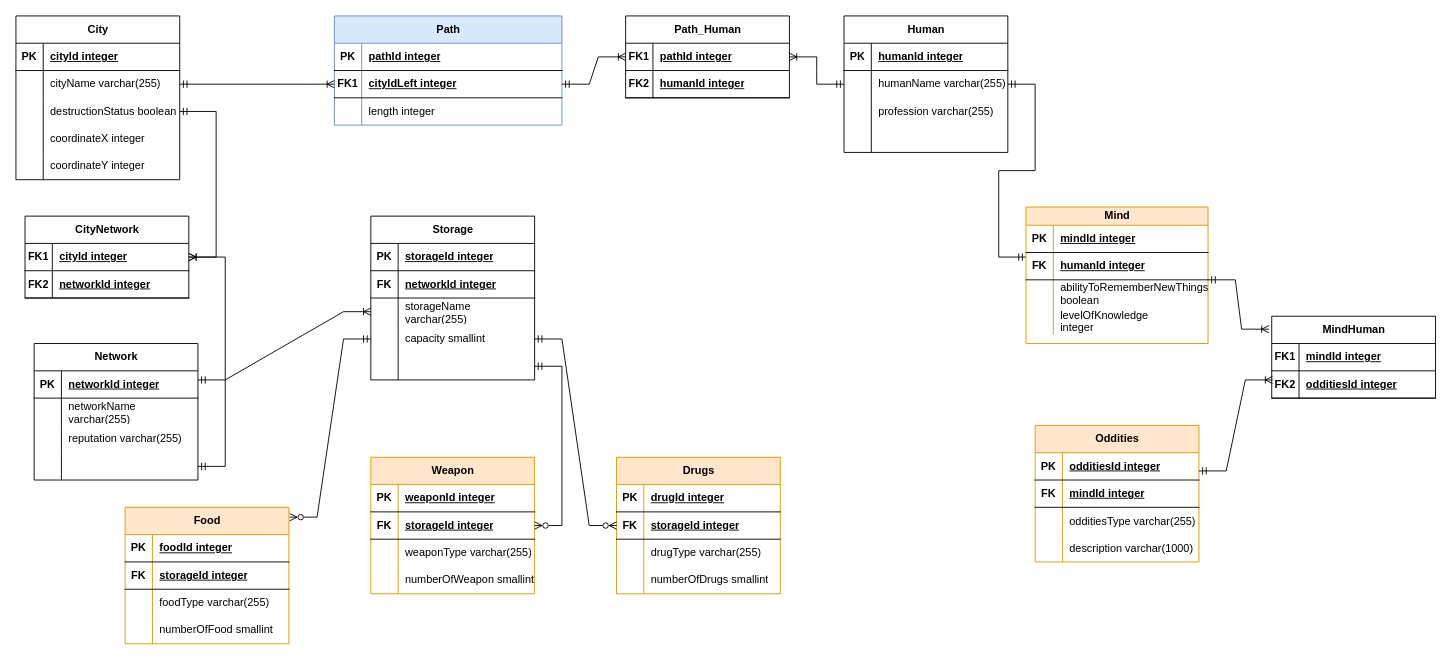
Ivanio1/itmo-3course keeps this draw.io diagram as Семестр 5/ИСБД/lab1/img/datalogical.drawio. Above is the earlier version. Source tidied: cells renumbered, new cells numbered last; positions are measured from the earlier drawing's top-left corner, leaving out a move shared by most shapes. Both pictures are drawn from the tidied source at 91%, with x=0, y=0 at pixel (15, 15).
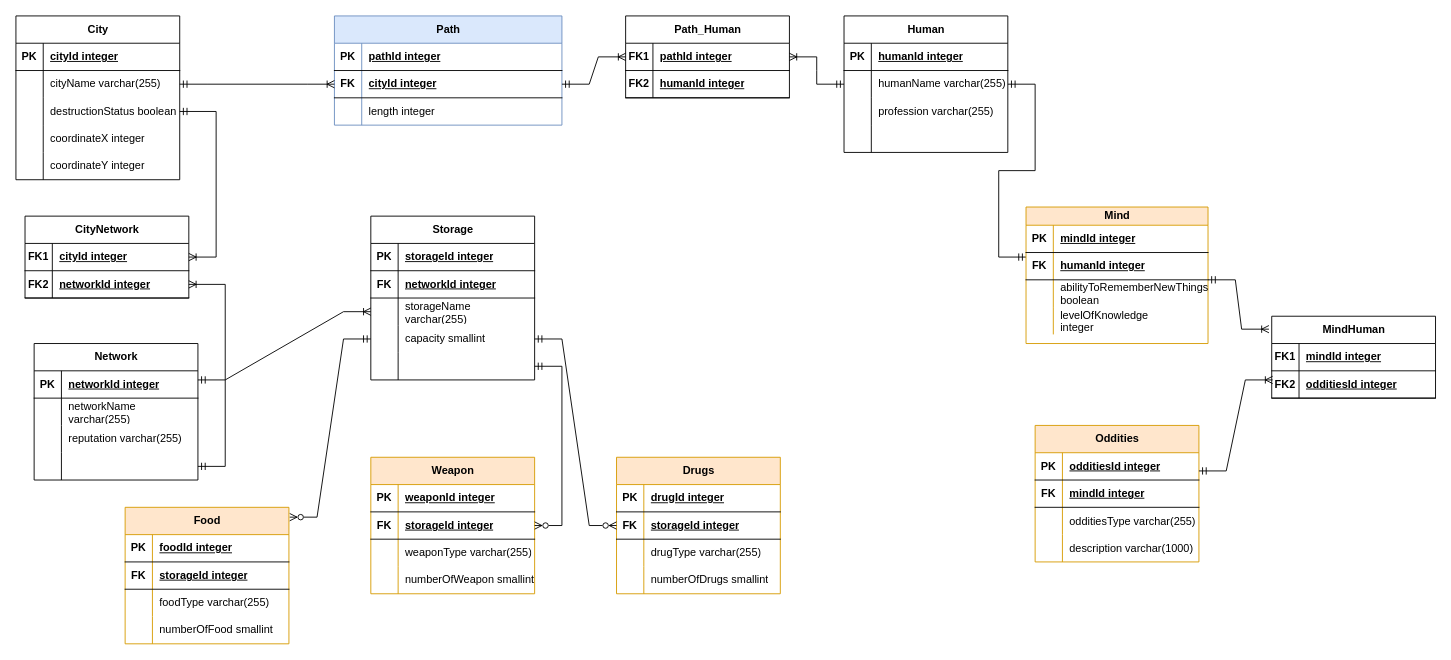
The same diagram, later.

The change refers to these unchanged cells:
```xml
<mxCell id="22" style="shape=tableRow;horizontal=0;startSize=0;swimlaneHead=0;swimlaneBody=0;fillColor=none;points=[[0,0.5],[1,0.5]];portConstraint=eastwest;top=0;left=0;right=0;bottom=0;" parent="15" vertex="1">
  <mxGeometry y="90" width="180" height="30" as="geometry" />
</mxCell>
<mxCell id="51" style="shape=tableRow;horizontal=0;startSize=0;swimlaneHead=0;swimlaneBody=0;fillColor=none;points=[[0,0.5],[1,0.5]];portConstraint=eastwest;top=0;left=0;right=0;bottom=1;" parent="47" vertex="1">
  <mxGeometry y="60" width="250" height="30" as="geometry" />
</mxCell>
<mxCell id="146" style="shape=tableRow;horizontal=0;startSize=0;swimlaneHead=0;swimlaneBody=0;fillColor=none;points=[[0,0.5],[1,0.5]];portConstraint=eastwest;top=0;left=0;right=0;bottom=0;" parent="136" vertex="1">
  <mxGeometry y="120" width="180" height="30" as="geometry" />
</mxCell>
<mxCell id="149" value="CityNetwork" style="shape=table;startSize=30;childLayout=tableLayout;rowLines=0;fontStyle=1;align=center;html=1;" parent="1" vertex="1">
  <mxGeometry x="10" y="220" width="180" height="90" as="geometry" />
</mxCell>
<mxCell id="150" style="shape=tableRow;horizontal=0;startSize=0;swimlaneHead=0;swimlaneBody=0;fillColor=none;points=[[0,0.5],[1,0.5]];portConstraint=eastwest;top=0;left=0;right=0;bottom=1;" parent="149" vertex="1">
  <mxGeometry y="30" width="180" height="30" as="geometry" />
</mxCell>
<mxCell id="153" style="shape=tableRow;horizontal=0;startSize=0;swimlaneHead=0;swimlaneBody=0;fillColor=none;points=[[0,0.5],[1,0.5]];portConstraint=eastwest;top=0;left=0;right=0;bottom=1;" parent="149" vertex="1">
  <mxGeometry y="60" width="180" height="30" as="geometry" />
</mxCell>
```

The edit, as a diff of the source:
```diff
@@
-    <mxCell id="52" value="FK1" style="shape=partialRectangle;fillColor=none;top=0;left=0;bottom=0;right=0;fontStyle=1;overflow=hidden;whiteSpace=wrap;html=1;" parent="51" vertex="1">
+    <mxCell id="52" value="FK" style="shape=partialRectangle;fillColor=none;top=0;left=0;bottom=0;right=0;fontStyle=1;overflow=hidden;whiteSpace=wrap;html=1;" parent="51" vertex="1">
       <mxGeometry width="30" height="30" as="geometry" />
     </mxCell>
-    <mxCell id="53" value="cityIdLeft integer" style="shape=partialRectangle;fillColor=none;top=0;left=0;bottom=0;right=0;align=left;spacingLeft=6;fontStyle=5;overflow=hidden;whiteSpace=wrap;html=1;" parent="51" vertex="1">
+    <mxCell id="53" value="cityId integer" style="shape=partialRectangle;fillColor=none;top=0;left=0;bottom=0;right=0;align=left;spacingLeft=6;fontStyle=5;overflow=hidden;whiteSpace=wrap;html=1;" parent="51" vertex="1">
       <mxGeometry x="30" width="220" height="30" as="geometry" />
     </mxCell>
@@
-    <mxCell id="156" style="edgeStyle=entityRelationEdgeStyle;fontSize=12;html=1;endArrow=ERoneToMany;startArrow=ERmandOne;rounded=0;exitX=1;exitY=0.5;exitDx=0;exitDy=0;" parent="1" edge="1" source="22" target="149">
-      <mxGeometry relative="1" as="geometry" />
+    <mxCell id="156" style="edgeStyle=entityRelationEdgeStyle;fontSize=12;html=1;endArrow=ERoneToMany;startArrow=ERmandOne;rounded=0;exitX=1;exitY=0.5;exitDx=0;exitDy=0;" parent="1" edge="1" source="22" target="150">
+      <mxGeometry relative="1" as="geometry">
+        <Array as="points">
+          <mxPoint x="230" y="190" />
+          <mxPoint x="240" y="200" />
+        </Array>
+      </mxGeometry>
     </mxCell>
-    <mxCell id="157" style="edgeStyle=entityRelationEdgeStyle;fontSize=12;html=1;endArrow=ERoneToMany;startArrow=ERmandOne;rounded=0;" parent="1" edge="1" source="146" target="150">
+    <mxCell id="157" style="edgeStyle=entityRelationEdgeStyle;fontSize=12;html=1;endArrow=ERoneToMany;startArrow=ERmandOne;rounded=0;entryX=1;entryY=0.5;entryDx=0;entryDy=0;" parent="1" edge="1" source="146" target="153">
       <mxGeometry relative="1" as="geometry" />
     </mxCell>
```
